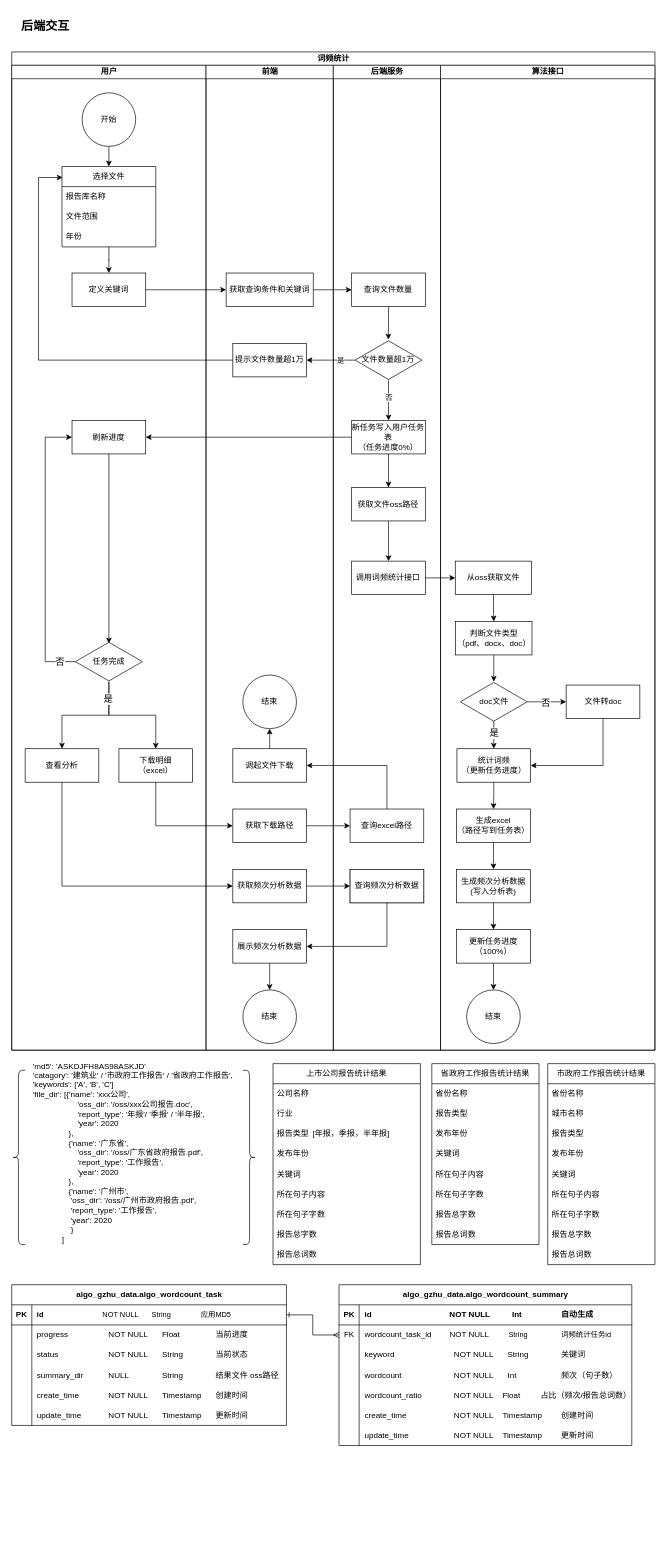
The draw.io diagram page "AI词频统计后端交互" (10 of 10) of 广大数据平台逻辑图.drawio in wangzijia122/drawio_repository, before the edit. Source tidied: cells renumbered, new cells numbered last; positions are measured from the earlier drawing's top-left corner, leaving out a move shared by most shapes. Both pictures are drawn from the tidied source at 67%, with x=0, y=0 at pixel (11, 11).
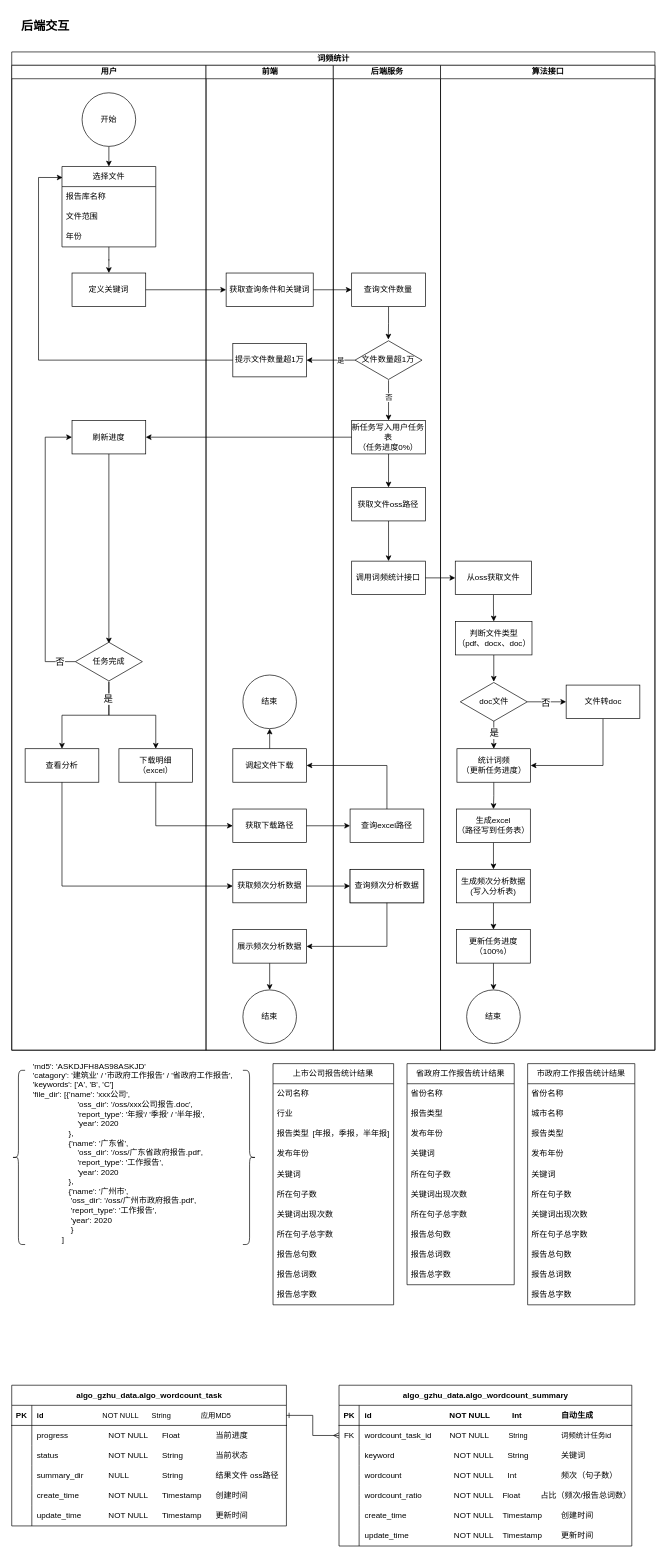
After the change.

Commit message:
更新广大数据平台逻辑图.drawio

The edit, as a diff of the source:
```diff
@@
     <mxCell id="2" value="上市公司报告统计结果" style="swimlane;fontStyle=0;horizontal=1;startSize=30;whiteSpace=wrap;html=1;" parent="1" vertex="1">
-      <mxGeometry x="390" y="1570" width="220" height="300" as="geometry" />
+      <mxGeometry x="390" y="1570" width="180" height="360" as="geometry" />
     </mxCell>
     <mxCell id="3" value="公司名称" style="text;strokeColor=none;fillColor=none;align=left;verticalAlign=middle;spacingLeft=4;spacingRight=4;overflow=hidden;whiteSpace=wrap;html=1;" parent="2" vertex="1">
-      <mxGeometry y="30" width="220" height="30" as="geometry" />
+      <mxGeometry y="30" width="180" height="30" as="geometry" />
     </mxCell>
     <mxCell id="4" value="行业" style="text;strokeColor=none;fillColor=none;align=left;verticalAlign=middle;spacingLeft=4;spacingRight=4;overflow=hidden;whiteSpace=wrap;html=1;" parent="2" vertex="1">
-      <mxGeometry y="60" width="220" height="30" as="geometry" />
+      <mxGeometry y="60" width="180" height="30" as="geometry" />
     </mxCell>
     <mxCell id="5" value="报告类型&lt;span style=&quot;white-space: pre;&quot;&gt;&#9;&lt;/span&gt;[年报，季报，半年报]" style="text;strokeColor=none;fillColor=none;align=left;verticalAlign=middle;spacingLeft=4;spacingRight=4;overflow=hidden;whiteSpace=wrap;html=1;" parent="2" vertex="1">
-      <mxGeometry y="90" width="220" height="30" as="geometry" />
+      <mxGeometry y="90" width="180" height="30" as="geometry" />
     </mxCell>
     <mxCell id="6" value="发布年份" style="text;strokeColor=none;fillColor=none;align=left;verticalAlign=middle;spacingLeft=4;spacingRight=4;overflow=hidden;whiteSpace=wrap;html=1;" parent="2" vertex="1">
-      <mxGeometry y="120" width="220" height="30" as="geometry" />
+      <mxGeometry y="120" width="180" height="30" as="geometry" />
     </mxCell>
     <mxCell id="7" value="关键词" style="text;strokeColor=none;fillColor=none;align=left;verticalAlign=middle;spacingLeft=4;spacingRight=4;overflow=hidden;whiteSpace=wrap;html=1;" parent="2" vertex="1">
-      <mxGeometry y="150" width="220" height="30" as="geometry" />
+      <mxGeometry y="150" width="180" height="30" as="geometry" />
     </mxCell>
-    <mxCell id="8" value="所在句子内容" style="text;strokeColor=none;fillColor=none;align=left;verticalAlign=middle;spacingLeft=4;spacingRight=4;overflow=hidden;whiteSpace=wrap;html=1;" parent="2" vertex="1">
-      <mxGeometry y="180" width="220" height="30" as="geometry" />
-    </mxCell>
-    <mxCell id="9" value="所在句子字数" style="text;strokeColor=none;fillColor=none;align=left;verticalAlign=middle;spacingLeft=4;spacingRight=4;overflow=hidden;whiteSpace=wrap;html=1;" parent="2" vertex="1">
-      <mxGeometry y="210" width="220" height="30" as="geometry" />
+    <mxCell id="9" value="所在句子数" style="text;strokeColor=none;fillColor=none;align=left;verticalAlign=middle;spacingLeft=4;spacingRight=4;overflow=hidden;whiteSpace=wrap;html=1;" parent="2" vertex="1">
+      <mxGeometry y="180" width="180" height="30" as="geometry" />
     </mxCell>
-    <mxCell id="10" value="报告总字数" style="text;strokeColor=none;fillColor=none;align=left;verticalAlign=middle;spacingLeft=4;spacingRight=4;overflow=hidden;whiteSpace=wrap;html=1;" parent="2" vertex="1">
-      <mxGeometry y="240" width="220" height="30" as="geometry" />
+    <mxCell id="10" value="关键词出现次数" style="text;strokeColor=none;fillColor=none;align=left;verticalAlign=middle;spacingLeft=4;spacingRight=4;overflow=hidden;whiteSpace=wrap;html=1;" parent="2" vertex="1">
+      <mxGeometry y="210" width="180" height="30" as="geometry" />
     </mxCell>
+    <mxCell id="8" value="所在句子总字数" style="text;strokeColor=none;fillColor=none;align=left;verticalAlign=middle;spacingLeft=4;spacingRight=4;overflow=hidden;whiteSpace=wrap;html=1;" parent="2" vertex="1">
+      <mxGeometry y="240" width="180" height="30" as="geometry" />
+    </mxCell>
-    <mxCell id="11" value="报告总词数" style="text;strokeColor=none;fillColor=none;align=left;verticalAlign=middle;spacingLeft=4;spacingRight=4;overflow=hidden;whiteSpace=wrap;html=1;" parent="2" vertex="1">
-      <mxGeometry y="270" width="220" height="30" as="geometry" />
+    <mxCell id="11" value="报告总句数" style="text;strokeColor=none;fillColor=none;align=left;verticalAlign=middle;spacingLeft=4;spacingRight=4;overflow=hidden;whiteSpace=wrap;html=1;" parent="2" vertex="1">
+      <mxGeometry y="270" width="180" height="30" as="geometry" />
     </mxCell>
+    <mxCell id="156" value="报告总词数" style="text;strokeColor=none;fillColor=none;align=left;verticalAlign=middle;spacingLeft=4;spacingRight=4;overflow=hidden;whiteSpace=wrap;html=1;" parent="2" vertex="1">
+      <mxGeometry y="300" width="180" height="30" as="geometry" />
+    </mxCell>
+    <mxCell id="157" value="报告总字数" style="text;strokeColor=none;fillColor=none;align=left;verticalAlign=middle;spacingLeft=4;spacingRight=4;overflow=hidden;whiteSpace=wrap;html=1;" parent="2" vertex="1">
+      <mxGeometry y="330" width="180" height="30" as="geometry" />
+    </mxCell>
@@
     <mxCell id="92" value="省政府工作报告统计结果" style="swimlane;fontStyle=0;horizontal=1;startSize=30;whiteSpace=wrap;html=1;" parent="1" vertex="1">
-      <mxGeometry x="627" y="1570" width="160" height="270" as="geometry" />
+      <mxGeometry x="590" y="1570" width="160" height="330" as="geometry" />
     </mxCell>
@@
-    <mxCell id="97" value="所在句子内容" style="text;strokeColor=none;fillColor=none;align=left;verticalAlign=middle;spacingLeft=4;spacingRight=4;overflow=hidden;whiteSpace=wrap;html=1;" parent="92" vertex="1">
+    <mxCell id="97" value="所在句子数" style="text;strokeColor=none;fillColor=none;align=left;verticalAlign=middle;spacingLeft=4;spacingRight=4;overflow=hidden;whiteSpace=wrap;html=1;" parent="92" vertex="1">
       <mxGeometry y="150" width="160" height="30" as="geometry" />
     </mxCell>
-    <mxCell id="98" value="所在句子字数" style="text;strokeColor=none;fillColor=none;align=left;verticalAlign=middle;spacingLeft=4;spacingRight=4;overflow=hidden;whiteSpace=wrap;html=1;" parent="92" vertex="1">
+    <mxCell id="98" value="关键词出现次数" style="text;strokeColor=none;fillColor=none;align=left;verticalAlign=middle;spacingLeft=4;spacingRight=4;overflow=hidden;whiteSpace=wrap;html=1;" parent="92" vertex="1">
       <mxGeometry y="180" width="160" height="30" as="geometry" />
     </mxCell>
-    <mxCell id="99" value="报告总字数" style="text;strokeColor=none;fillColor=none;align=left;verticalAlign=middle;spacingLeft=4;spacingRight=4;overflow=hidden;whiteSpace=wrap;html=1;" parent="92" vertex="1">
+    <mxCell id="99" value="所在句子总字数" style="text;strokeColor=none;fillColor=none;align=left;verticalAlign=middle;spacingLeft=4;spacingRight=4;overflow=hidden;whiteSpace=wrap;html=1;" parent="92" vertex="1">
       <mxGeometry y="210" width="160" height="30" as="geometry" />
     </mxCell>
-    <mxCell id="100" value="报告总词数" style="text;strokeColor=none;fillColor=none;align=left;verticalAlign=middle;spacingLeft=4;spacingRight=4;overflow=hidden;whiteSpace=wrap;html=1;" parent="92" vertex="1">
+    <mxCell id="100" value="报告总句数" style="text;strokeColor=none;fillColor=none;align=left;verticalAlign=middle;spacingLeft=4;spacingRight=4;overflow=hidden;whiteSpace=wrap;html=1;" parent="92" vertex="1">
       <mxGeometry y="240" width="160" height="30" as="geometry" />
     </mxCell>
+    <mxCell id="158" value="报告总词数" style="text;strokeColor=none;fillColor=none;align=left;verticalAlign=middle;spacingLeft=4;spacingRight=4;overflow=hidden;whiteSpace=wrap;html=1;" parent="92" vertex="1">
+      <mxGeometry y="270" width="160" height="30" as="geometry" />
+    </mxCell>
+    <mxCell id="159" value="报告总字数" style="text;strokeColor=none;fillColor=none;align=left;verticalAlign=middle;spacingLeft=4;spacingRight=4;overflow=hidden;whiteSpace=wrap;html=1;" parent="92" vertex="1">
+      <mxGeometry y="300" width="160" height="30" as="geometry" />
+    </mxCell>
     <mxCell id="101" value="市政府工作报告统计结果" style="swimlane;fontStyle=0;horizontal=1;startSize=30;whiteSpace=wrap;html=1;" parent="1" vertex="1">
-      <mxGeometry x="800" y="1570" width="160" height="300" as="geometry" />
+      <mxGeometry x="770" y="1570" width="160" height="360" as="geometry" />
     </mxCell>
@@
-    <mxCell id="107" value="所在句子内容" style="text;strokeColor=none;fillColor=none;align=left;verticalAlign=middle;spacingLeft=4;spacingRight=4;overflow=hidden;whiteSpace=wrap;html=1;" parent="101" vertex="1">
+    <mxCell id="107" value="所在句子数" style="text;strokeColor=none;fillColor=none;align=left;verticalAlign=middle;spacingLeft=4;spacingRight=4;overflow=hidden;whiteSpace=wrap;html=1;" parent="101" vertex="1">
       <mxGeometry y="180" width="160" height="30" as="geometry" />
     </mxCell>
-    <mxCell id="108" value="所在句子字数" style="text;strokeColor=none;fillColor=none;align=left;verticalAlign=middle;spacingLeft=4;spacingRight=4;overflow=hidden;whiteSpace=wrap;html=1;" parent="101" vertex="1">
+    <mxCell id="108" value="关键词出现次数" style="text;strokeColor=none;fillColor=none;align=left;verticalAlign=middle;spacingLeft=4;spacingRight=4;overflow=hidden;whiteSpace=wrap;html=1;" parent="101" vertex="1">
       <mxGeometry y="210" width="160" height="30" as="geometry" />
     </mxCell>
-    <mxCell id="109" value="报告总字数" style="text;strokeColor=none;fillColor=none;align=left;verticalAlign=middle;spacingLeft=4;spacingRight=4;overflow=hidden;whiteSpace=wrap;html=1;" parent="101" vertex="1">
+    <mxCell id="109" value="所在句子总字数" style="text;strokeColor=none;fillColor=none;align=left;verticalAlign=middle;spacingLeft=4;spacingRight=4;overflow=hidden;whiteSpace=wrap;html=1;" parent="101" vertex="1">
       <mxGeometry y="240" width="160" height="30" as="geometry" />
     </mxCell>
-    <mxCell id="110" value="报告总词数" style="text;strokeColor=none;fillColor=none;align=left;verticalAlign=middle;spacingLeft=4;spacingRight=4;overflow=hidden;whiteSpace=wrap;html=1;" parent="101" vertex="1">
+    <mxCell id="110" value="报告总句数" style="text;strokeColor=none;fillColor=none;align=left;verticalAlign=middle;spacingLeft=4;spacingRight=4;overflow=hidden;whiteSpace=wrap;html=1;" parent="101" vertex="1">
       <mxGeometry y="270" width="160" height="30" as="geometry" />
     </mxCell>
+    <mxCell id="160" value="报告总词数" style="text;strokeColor=none;fillColor=none;align=left;verticalAlign=middle;spacingLeft=4;spacingRight=4;overflow=hidden;whiteSpace=wrap;html=1;" parent="101" vertex="1">
+      <mxGeometry y="300" width="160" height="30" as="geometry" />
+    </mxCell>
+    <mxCell id="161" value="报告总字数" style="text;strokeColor=none;fillColor=none;align=left;verticalAlign=middle;spacingLeft=4;spacingRight=4;overflow=hidden;whiteSpace=wrap;html=1;" parent="101" vertex="1">
+      <mxGeometry y="330" width="160" height="30" as="geometry" />
+    </mxCell>
     <mxCell id="111" value="algo_gzhu_data.algo_wordcount_task" style="shape=table;startSize=30;childLayout=tableLayout;rowLines=0;fontStyle=1;align=center;html=1;" parent="1" vertex="1">
-      <mxGeometry y="1900" width="410" height="210" as="geometry" />
+      <mxGeometry y="2050" width="410" height="210" as="geometry" />
     </mxCell>
@@
     <mxCell id="130" value="algo_gzhu_data.algo_wordcount_summary" style="shape=table;startSize=30;childLayout=tableLayout;rowLines=0;fontStyle=1;align=center;html=1;" parent="1" vertex="1">
-      <mxGeometry x="488.5" y="1900" width="437" height="240" as="geometry" />
+      <mxGeometry x="488.5" y="2050" width="437" height="240" as="geometry" />
     </mxCell>
@@
     <mxCell id="154" value="&lt;br&gt;'md5': 'ASKDJFH8AS98ASKJD'&lt;br&gt;'catagory': '建筑业' / '市政府工作报告' / '省政府工作报告',&lt;br&gt;'keywords': ['A', 'B', 'C']&lt;br&gt;'file_dir': [{'name': 'xxx公司',&amp;nbsp;&lt;br&gt;&lt;blockquote style=&quot;margin: 0 0 0 40px; border: none; padding: 0px;&quot;&gt;&lt;span style=&quot;&quot;&gt;&lt;span style=&quot;&quot;&gt;&amp;nbsp;&amp;nbsp;&amp;nbsp;&amp;nbsp;&lt;/span&gt;&lt;/span&gt;&lt;span style=&quot;&quot;&gt;&lt;span style=&quot;&quot;&gt;&amp;nbsp;&amp;nbsp;&amp;nbsp;&amp;nbsp;&lt;/span&gt;&lt;/span&gt;'oss_dir': '/oss/xxx公司报告.doc',&lt;br&gt;&lt;span style=&quot;&quot;&gt;&lt;span style=&quot;&quot;&gt;&amp;nbsp;&amp;nbsp;&amp;nbsp;&amp;nbsp;&lt;/span&gt;&lt;/span&gt;&lt;span style=&quot;&quot;&gt;&lt;span style=&quot;&quot;&gt;&amp;nbsp;&amp;nbsp;&amp;nbsp;&amp;nbsp;&lt;/span&gt;&lt;/span&gt;'report_type': '年报'/ '季报' / '半年报',&lt;/blockquote&gt;&lt;blockquote style=&quot;margin: 0 0 0 40px; border: none; padding: 0px;&quot;&gt;&lt;span style=&quot;&quot;&gt;&lt;span style=&quot;&quot;&gt;&amp;nbsp;&amp;nbsp;&amp;nbsp;&amp;nbsp;&lt;/span&gt;&lt;/span&gt;&lt;span style=&quot;&quot;&gt;&lt;span style=&quot;&quot;&gt;&amp;nbsp;&amp;nbsp;&amp;nbsp;&amp;nbsp;&lt;/span&gt;&lt;/span&gt;'year': 2020&lt;br&gt;&lt;span style=&quot;&quot;&gt;&lt;span style=&quot;&quot;&gt;&amp;nbsp;&amp;nbsp;&amp;nbsp;&amp;nbsp;&lt;/span&gt;&lt;/span&gt;},&lt;/blockquote&gt;&lt;span style=&quot;&quot;&gt;&lt;span style=&quot;white-space: pre;&quot;&gt;&amp;nbsp;&amp;nbsp;&amp;nbsp;&amp;nbsp;&lt;/span&gt;&lt;/span&gt;&lt;span style=&quot;&quot;&gt;&lt;span style=&quot;white-space: pre;&quot;&gt;&amp;nbsp;&amp;nbsp;&amp;nbsp;&amp;nbsp;&lt;span style=&quot;white-space: pre;&quot;&gt;&#9;&lt;/span&gt;&lt;/span&gt;&lt;/span&gt;{'name': '广东省',&amp;nbsp;&lt;br style=&quot;border-color: var(--border-color);&quot;&gt;&lt;blockquote style=&quot;border: none; margin: 0px 0px 0px 40px; padding: 0px;&quot;&gt;&amp;nbsp;&amp;nbsp;&amp;nbsp;&amp;nbsp;&lt;span style=&quot;border-color: var(--border-color);&quot;&gt;&amp;nbsp;&amp;nbsp;&amp;nbsp;&amp;nbsp;&lt;/span&gt;'oss_dir': '/oss/广东省政府报告.pdf',&lt;br style=&quot;border-color: var(--border-color);&quot;&gt;&lt;span style=&quot;border-color: var(--border-color);&quot;&gt;&amp;nbsp;&amp;nbsp;&amp;nbsp;&amp;nbsp;&lt;/span&gt;&lt;span style=&quot;border-color: var(--border-color);&quot;&gt;&amp;nbsp;&amp;nbsp;&amp;nbsp;&amp;nbsp;&lt;/span&gt;'report_type': '工作报告',&lt;/blockquote&gt;&lt;blockquote style=&quot;border: none; margin: 0px 0px 0px 40px; padding: 0px;&quot;&gt;&lt;span style=&quot;border-color: var(--border-color);&quot;&gt;&amp;nbsp;&amp;nbsp;&amp;nbsp;&amp;nbsp;&lt;/span&gt;&lt;span style=&quot;border-color: var(--border-color);&quot;&gt;&amp;nbsp;&amp;nbsp;&amp;nbsp;&amp;nbsp;&lt;/span&gt;'year': 2020&lt;br style=&quot;border-color: var(--border-color);&quot;&gt;&lt;span style=&quot;border-color: var(--border-color);&quot;&gt;&amp;nbsp;&amp;nbsp;&amp;nbsp;&amp;nbsp;&lt;/span&gt;},&lt;/blockquote&gt;&lt;blockquote style=&quot;border: none; margin: 0px 0px 0px 40px; padding: 0px;&quot;&gt;&amp;nbsp; &amp;nbsp; {'name': '广州市',&lt;/blockquote&gt;&lt;blockquote style=&quot;border: none; margin: 0px 0px 0px 40px; padding: 0px;&quot;&gt;&lt;span style=&quot;background-color: initial;&quot;&gt;&amp;nbsp; &amp;nbsp; &amp;nbsp;'oss_dir': '/oss/广州市政府报告.pdf',&lt;/span&gt;&lt;/blockquote&gt;&lt;blockquote style=&quot;border: none; margin: 0px 0px 0px 40px; padding: 0px;&quot;&gt;&lt;span style=&quot;background-color: initial;&quot;&gt;&amp;nbsp; &amp;nbsp; &amp;nbsp;'report_type': '工作报告',&lt;/span&gt;&lt;/blockquote&gt;&lt;blockquote style=&quot;border: none; margin: 0px 0px 0px 40px; padding: 0px;&quot;&gt;&lt;span style=&quot;background-color: initial;&quot;&gt;&amp;nbsp; &amp;nbsp; &amp;nbsp;'year': 2020&lt;/span&gt;&lt;/blockquote&gt;&lt;blockquote style=&quot;border: none; margin: 0px 0px 0px 40px; padding: 0px;&quot;&gt;&lt;span style=&quot;background-color: initial;&quot;&gt;&amp;nbsp; &amp;nbsp; &amp;nbsp;}&lt;/span&gt;&lt;/blockquote&gt;&lt;blockquote style=&quot;margin: 0 0 0 40px; border: none; padding: 0px;&quot;&gt;&amp;nbsp;]&lt;/blockquote&gt;&lt;br&gt;&amp;nbsp;" style="text;html=1;strokeColor=none;fillColor=none;align=left;verticalAlign=middle;whiteSpace=wrap;rounded=0;" parent="1" vertex="1">
-      <mxGeometry x="30" y="1570" width="440" height="280" as="geometry" />
+      <mxGeometry x="30" y="1570" width="340" height="280" as="geometry" />
     </mxCell>
```
